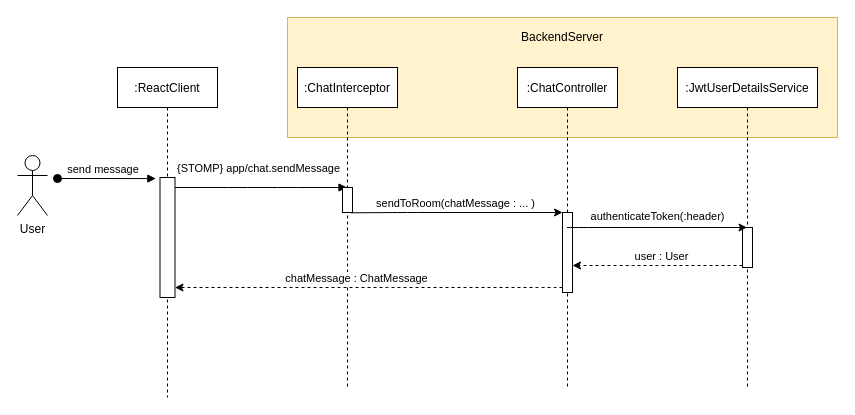
This is sendmsg-SD.drawio from nickkisbye/dat18a-hop, a draw.io file, before an edit. Source tidied: cells renumbered, new cells numbered last; positions are measured from the earlier drawing's top-left corner, leaving out a move shared by most shapes. Both pictures are drawn from the tidied source at 100%, with x=0, y=0 at pixel (17, 17).
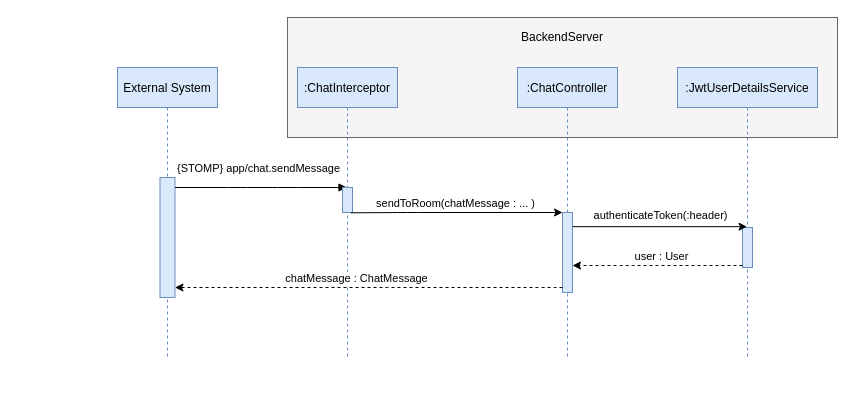
The same diagram, later.

Change to the diagram source:
```diff
@@
-    <mxCell id="2" style="rounded=0;whiteSpace=wrap;html=1;align=center;fillColor=#fff2cc;strokeColor=#d6b656;" parent="1" vertex="1">
+    <mxCell id="2" style="rounded=0;whiteSpace=wrap;html=1;align=center;fillColor=#f5f5f5;strokeColor=#666666;fontColor=#333333;" parent="1" vertex="1">
       <mxGeometry x="270" width="550" height="120" as="geometry" />
     </mxCell>
-    <mxCell id="3" value=":ReactClient" style="shape=umlLifeline;perimeter=lifelinePerimeter;rounded=0;shadow=0;strokeWidth=1;" parent="1" vertex="1">
-      <mxGeometry x="100" y="50" width="100" height="330" as="geometry" />
+    <mxCell id="3" value="External System" style="shape=umlLifeline;perimeter=lifelinePerimeter;rounded=0;shadow=0;strokeWidth=1;fillColor=#dae8fc;strokeColor=#6c8ebf;" parent="1" vertex="1">
+      <mxGeometry x="100" y="50" width="100" height="290" as="geometry" />
     </mxCell>
-    <mxCell id="4" style="points=[];perimeter=orthogonalPerimeter;rounded=0;shadow=0;strokeWidth=1;" parent="3" vertex="1">
+    <mxCell id="4" style="points=[];perimeter=orthogonalPerimeter;rounded=0;shadow=0;strokeWidth=1;fillColor=#dae8fc;strokeColor=#6c8ebf;" parent="3" vertex="1">
       <mxGeometry x="42.5" y="110" width="15" height="120" as="geometry" />
     </mxCell>
-    <mxCell id="5" value="send message" style="verticalAlign=bottom;startArrow=oval;endArrow=block;startSize=8;shadow=0;strokeWidth=1;entryX=-0.275;entryY=0.009;entryDx=0;entryDy=0;entryPerimeter=0;" parent="3" edge="1" target="4">
-      <mxGeometry x="-0.06" relative="1" as="geometry">
-        <mxPoint x="-60" y="111" as="sourcePoint" />
-      </mxGeometry>
-    </mxCell>
-    <mxCell id="6" value="{STOMP} app/chat.sendMessage" style="verticalAlign=bottom;endArrow=block;shadow=0;strokeWidth=1;" parent="1" edge="1" source="4" target="7">
+    <mxCell id="6" value="{STOMP} app/chat.sendMessage" style="verticalAlign=bottom;endArrow=block;shadow=0;strokeWidth=1;fontStyle=0;" parent="1" edge="1" source="4" target="7">
       <mxGeometry x="-0.04" y="10" relative="1" as="geometry">
         <Array as="points">
           <mxPoint x="220" y="170" />
           <mxPoint x="270" y="170" />
         </Array>
         <mxPoint x="1" as="offset" />
       </mxGeometry>
     </mxCell>
-    <mxCell id="7" value=":ChatInterceptor" style="shape=umlLifeline;perimeter=lifelinePerimeter;rounded=0;shadow=0;strokeWidth=1;" parent="1" vertex="1">
-      <mxGeometry x="280" y="50" width="100" height="320" as="geometry" />
+    <mxCell id="7" value=":ChatInterceptor" style="shape=umlLifeline;perimeter=lifelinePerimeter;rounded=0;shadow=0;strokeWidth=1;fillColor=#dae8fc;strokeColor=#6c8ebf;" parent="1" vertex="1">
+      <mxGeometry x="280" y="50" width="100" height="290" as="geometry" />
     </mxCell>
-    <mxCell id="8" style="points=[];perimeter=orthogonalPerimeter;rounded=0;shadow=0;strokeWidth=1;" parent="7" vertex="1">
+    <mxCell id="8" style="points=[];perimeter=orthogonalPerimeter;rounded=0;shadow=0;strokeWidth=1;fillColor=#dae8fc;strokeColor=#6c8ebf;" parent="7" vertex="1">
       <mxGeometry x="45" y="120" width="10" height="25" as="geometry" />
     </mxCell>
-    <mxCell id="9" value=":ChatController" style="shape=umlLifeline;perimeter=lifelinePerimeter;rounded=0;shadow=0;strokeWidth=1;" parent="1" vertex="1">
-      <mxGeometry x="500" y="50" width="100" height="320" as="geometry" />
+    <mxCell id="9" value=":ChatController" style="shape=umlLifeline;perimeter=lifelinePerimeter;rounded=0;shadow=0;strokeWidth=1;fillColor=#dae8fc;strokeColor=#6c8ebf;" parent="1" vertex="1">
+      <mxGeometry x="500" y="50" width="100" height="290" as="geometry" />
     </mxCell>
-    <mxCell id="10" style="points=[];perimeter=orthogonalPerimeter;rounded=0;shadow=0;strokeWidth=1;" parent="9" vertex="1">
+    <mxCell id="10" style="points=[];perimeter=orthogonalPerimeter;rounded=0;shadow=0;strokeWidth=1;fillColor=#dae8fc;strokeColor=#6c8ebf;" parent="9" vertex="1">
       <mxGeometry x="45" y="145" width="10" height="80" as="geometry" />
     </mxCell>
@@
-    <mxCell id="15" value=":JwtUserDetailsService" style="shape=umlLifeline;perimeter=lifelinePerimeter;rounded=0;shadow=0;strokeWidth=1;" parent="1" vertex="1">
-      <mxGeometry x="660" y="50" width="140" height="320" as="geometry" />
+    <mxCell id="15" value=":JwtUserDetailsService" style="shape=umlLifeline;perimeter=lifelinePerimeter;rounded=0;shadow=0;strokeWidth=1;fillColor=#dae8fc;strokeColor=#6c8ebf;" parent="1" vertex="1">
+      <mxGeometry x="660" y="50" width="140" height="290" as="geometry" />
     </mxCell>
-    <mxCell id="16" style="points=[];perimeter=orthogonalPerimeter;rounded=0;shadow=0;strokeWidth=1;" parent="15" vertex="1">
+    <mxCell id="16" style="points=[];perimeter=orthogonalPerimeter;rounded=0;shadow=0;strokeWidth=1;fillColor=#dae8fc;strokeColor=#6c8ebf;" parent="15" vertex="1">
       <mxGeometry x="65" y="160" width="10" height="40" as="geometry" />
     </mxCell>
-    <mxCell id="17" style="endArrow=classic;html=1;" parent="1" edge="1" source="9" target="15">
-      <mxGeometry relative="1" as="geometry">
-        <Array as="points">
-          <mxPoint x="560" y="210" />
-        </Array>
-      </mxGeometry>
+    <mxCell id="17" style="endArrow=classic;html=1;exitX=1.005;exitY=0.177;exitDx=0;exitDy=0;exitPerimeter=0;" parent="1" edge="1" source="10" target="15">
+      <mxGeometry relative="1" as="geometry" />
     </mxCell>
@@
-    <mxCell id="22" value="User" style="shape=umlActor;verticalLabelPosition=bottom;verticalAlign=top;html=1;" parent="1" vertex="1">
-      <mxGeometry y="138" width="30" height="60" as="geometry" />
-    </mxCell>
```
